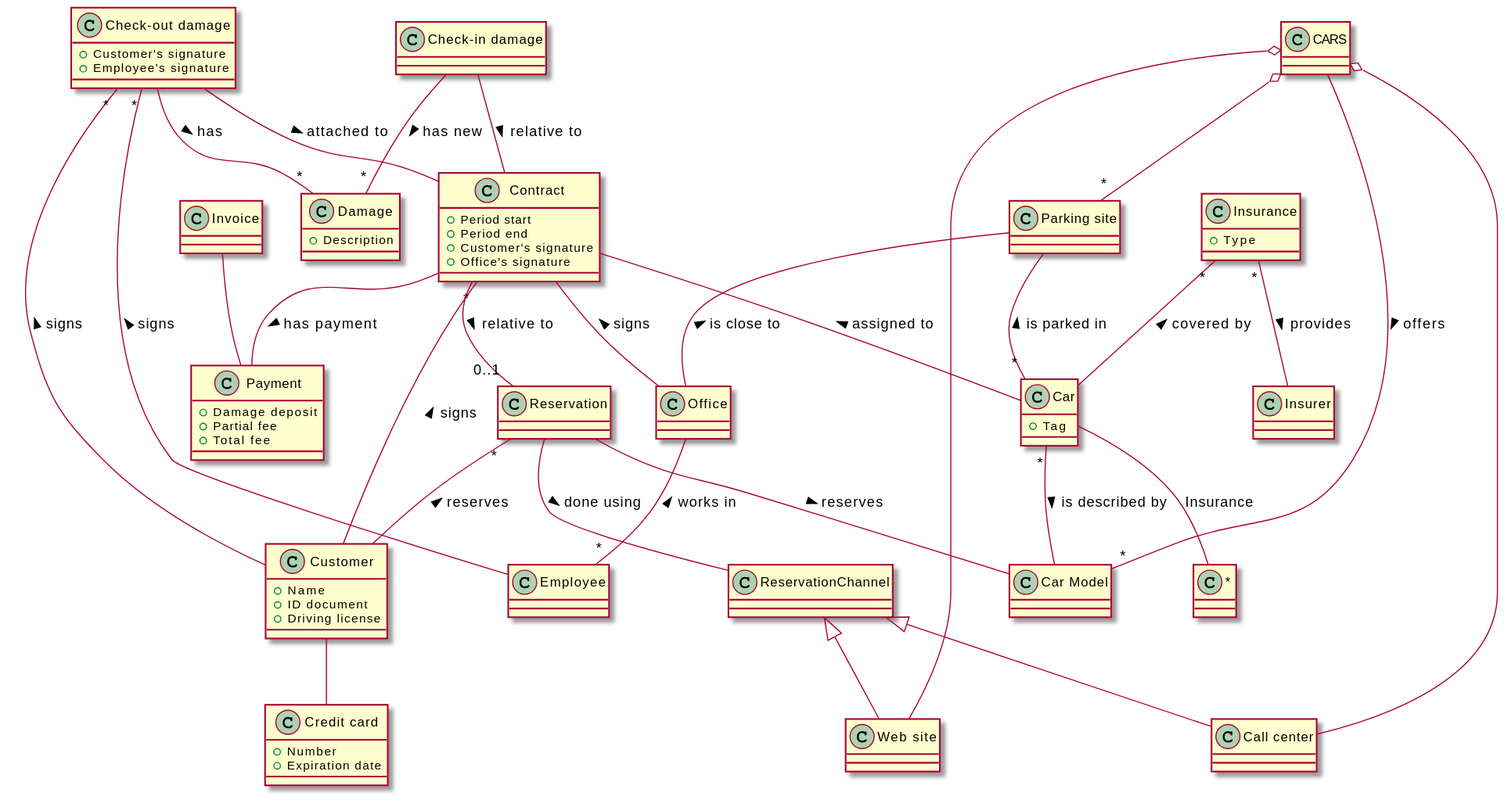
This is plantuml/car_rental.svg from franco-ruggeri/polito-information-systems, a PlantUML export, as it was before one commit. The source it was exported from:
```plantuml
@startuml
class CARS
class "Parking site" as ParkingSite
class Office
class Employee
class Car
class "Car Model" as CarModel
class "Call center" as CallCenter
class "Web site" as WebSite
CARS o-- "*" ParkingSite
CARS o-- CallCenter
CARS o-- WebSite
CARS -- "*" CarModel : offers >
ParkingSite -- Office : is close to <
ParkingSite -- "*" Car : is parked in <
Office -- "*" Employee : works in <
Car "*" -- CarModel : is described by >
Car -- "*" : Insurance
Car : +Tag

class Insurer
class Insurance
Insurance "*" -- Insurer : provides >
Insurance "*" -- Car : covered by <
Insurance : +Type

class Customer
class "Credit card" as CreditCard
Customer -- CreditCard
Customer : +Name
Customer : +ID document
Customer : +Driving license
CreditCard : +Number
CreditCard : +Expiration date

class Reservation
class ReservationChannel
ReservationChannel <|-- CallCenter
ReservationChannel <|-- WebSite
Reservation "*" -- Customer : reserves <
Reservation -- ReservationChannel : done using >
Reservation -- CarModel : reserves >

class Contract
class Payment
Contract "*" -- Customer : signs <
Contract -- "0..1" Reservation : relative to >
Contract -- Office : signs <
Contract -- Payment : has payment >
Contract -- Car : assigned to <
Contract : +Period start
Contract : +Period end
Contract : +Customer's signature
Contract : +Office's signature
Payment : +Damage deposit
Payment : +Partial fee
Payment : +Total fee

class "Check-out damage" as CheckoutDamage
class Damage
CheckoutDamage -- Contract : attached to >
CheckoutDamage -- "*" Damage : has >
CheckoutDamage "*" -- Customer : signs <
CheckoutDamage "*" -- Employee : signs <
CheckoutDamage : +Customer's signature
CheckoutDamage : +Employee's signature
Damage : +Description

class "Check-in damage" as CheckinDamage
CheckinDamage -- Contract : relative to >
CheckinDamage -- "*" Damage : has new >

class Invoice
Invoice -- Payment
@enduml
```
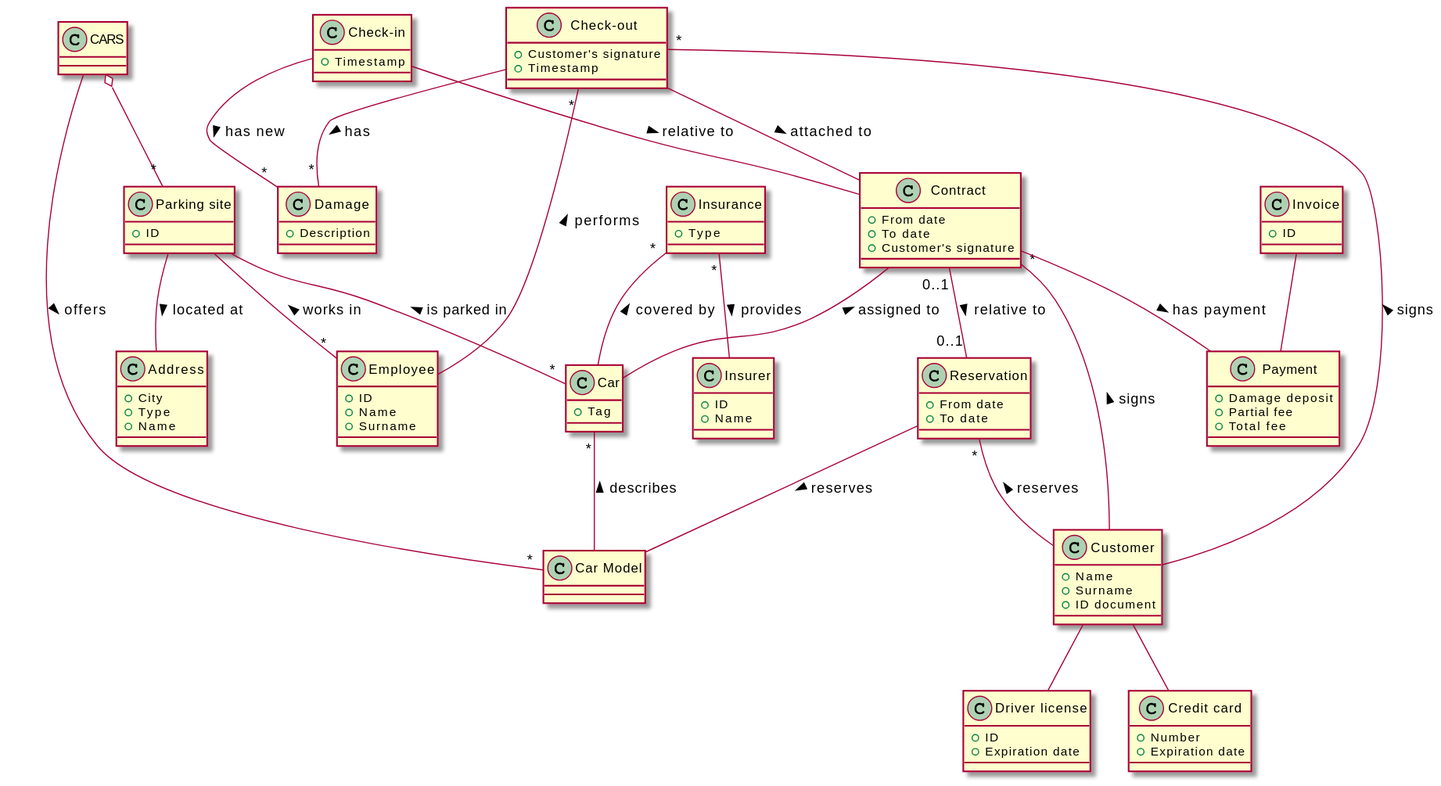
The same diagram one commit later.

Diff of the diagram source:
```diff
@@ -1,75 +1,81 @@
 @startuml
 class CARS
 class "Parking site" as ParkingSite
-class Office
+class Address
 class Employee
 class Car
 class "Car Model" as CarModel
-class "Call center" as CallCenter
-class "Web site" as WebSite
 CARS o-- "*" ParkingSite
-CARS o-- CallCenter
-CARS o-- WebSite
 CARS -- "*" CarModel : offers >
-ParkingSite -- Office : is close to <
 ParkingSite -- "*" Car : is parked in <
-Office -- "*" Employee : works in <
-Car "*" -- CarModel : is described by >
-Car -- "*" : Insurance
+ParkingSite -- "*" Employee : works in <
+ParkingSite -- Address : located at >
+Car "*" -- CarModel : describes <
 Car : +Tag
+ParkingSite : +ID
+Address : +City
+Address : +Type
+Address : +Name
+Employee : +ID
+Employee : +Name
+Employee : +Surname
 
 class Insurer
 class Insurance
 Insurance "*" -- Insurer : provides >
 Insurance "*" -- Car : covered by <
+Insurer : +ID
+Insurer : +Name
 Insurance : +Type
 
 class Customer
+class "Driver license" as DriverLicense
+Customer -- DriverLicense
+Customer : +Name
+Customer : +Surname
+Customer : +ID document
+DriverLicense : +ID
+DriverLicense : +Expiration date
+
+class Reservation
+Reservation "*" -- Customer : reserves <
+Reservation -- CarModel : reserves >
+Reservation : +From date
+Reservation : +To date
+
+class Contract
 class "Credit card" as CreditCard
+class Payment
+Contract "*" -- Customer : signs <
+Contract "0..1" -- "0..1" Reservation : relative to >
 Customer -- CreditCard
-Customer : +Name
-Customer : +ID document
-Customer : +Driving license
+Contract -- Payment : has payment >
+Contract -- Car : assigned to <
+Contract : +From date
+Contract : +To date
+Contract : +Customer's signature
 CreditCard : +Number
 CreditCard : +Expiration date
-
-class Reservation
-class ReservationChannel
-ReservationChannel <|-- CallCenter
-ReservationChannel <|-- WebSite
-Reservation "*" -- Customer : reserves <
-Reservation -- ReservationChannel : done using >
-Reservation -- CarModel : reserves >
-
-class Contract
-class Payment
-Contract "*" -- Customer : signs <
-Contract -- "0..1" Reservation : relative to >
-Contract -- Office : signs <
-Contract -- Payment : has payment >
-Contract -- Car : assigned to <
-Contract : +Period start
-Contract : +Period end
-Contract : +Customer's signature
-Contract : +Office's signature
 Payment : +Damage deposit
 Payment : +Partial fee
 Payment : +Total fee
 
-class "Check-out damage" as CheckoutDamage
+class "Check-out" as Checkout
 class Damage
-CheckoutDamage -- Contract : attached to >
-CheckoutDamage -- "*" Damage : has >
-CheckoutDamage "*" -- Customer : signs <
-CheckoutDamage "*" -- Employee : signs <
-CheckoutDamage : +Customer's signature
-CheckoutDamage : +Employee's signature
+Checkout -- Contract : attached to >
+Checkout -- "*" Damage : has >
+Checkout "*" -- Customer : signs <
+Checkout "*" -- Employee : performs <
+Checkout : +Customer's signature
+Checkout : +Timestamp
 Damage : +Description
 
-class "Check-in damage" as CheckinDamage
-CheckinDamage -- Contract : relative to >
-CheckinDamage -- "*" Damage : has new >
+class "Check-in" as Checkin
+Checkin -- Contract : relative to >
+Checkin -- "*" Damage : has new >
+Checkin : +Timestamp
 
 class Invoice
 Invoice -- Payment
+Invoice : +ID
 @enduml
```
